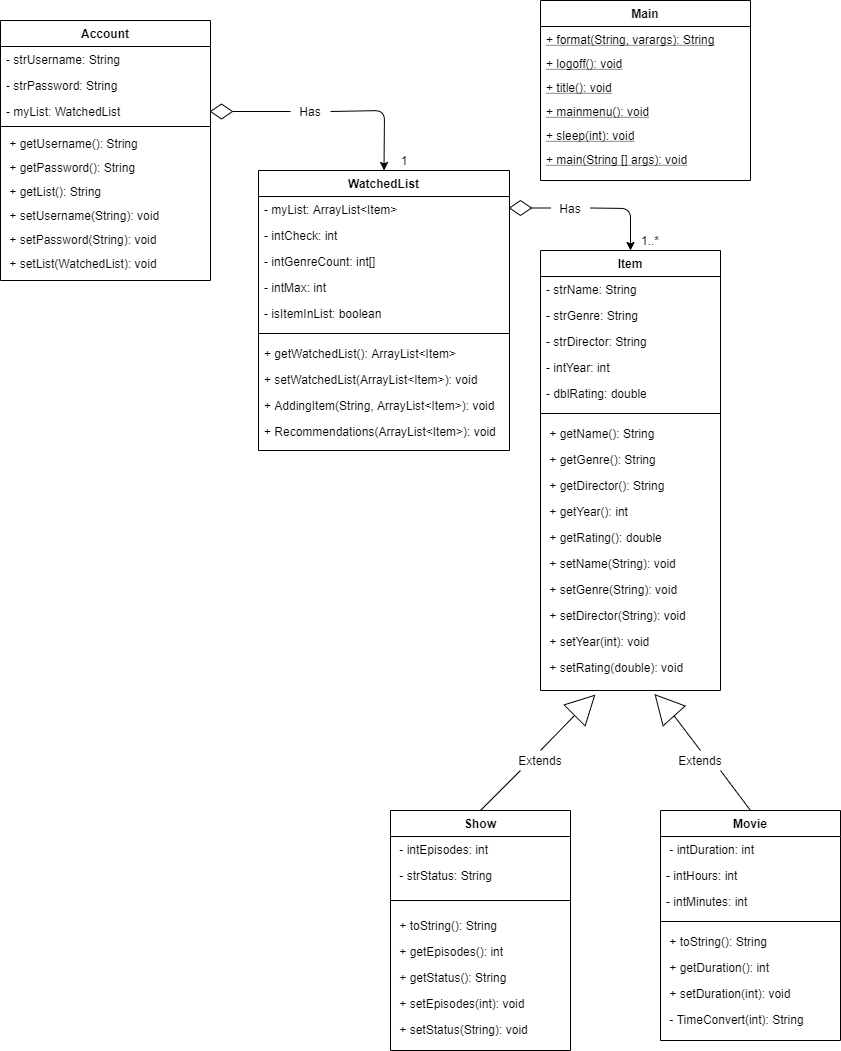
This is src/ClassDiagram.png from SACHSTech/ics4u-oop-assignment-EthanLai8, a draw.io export, as it was before one commit. Source tidied: cells renumbered, new cells last; positions are measured from the earlier drawing's top-left corner, leaving out a move shared by most shapes.
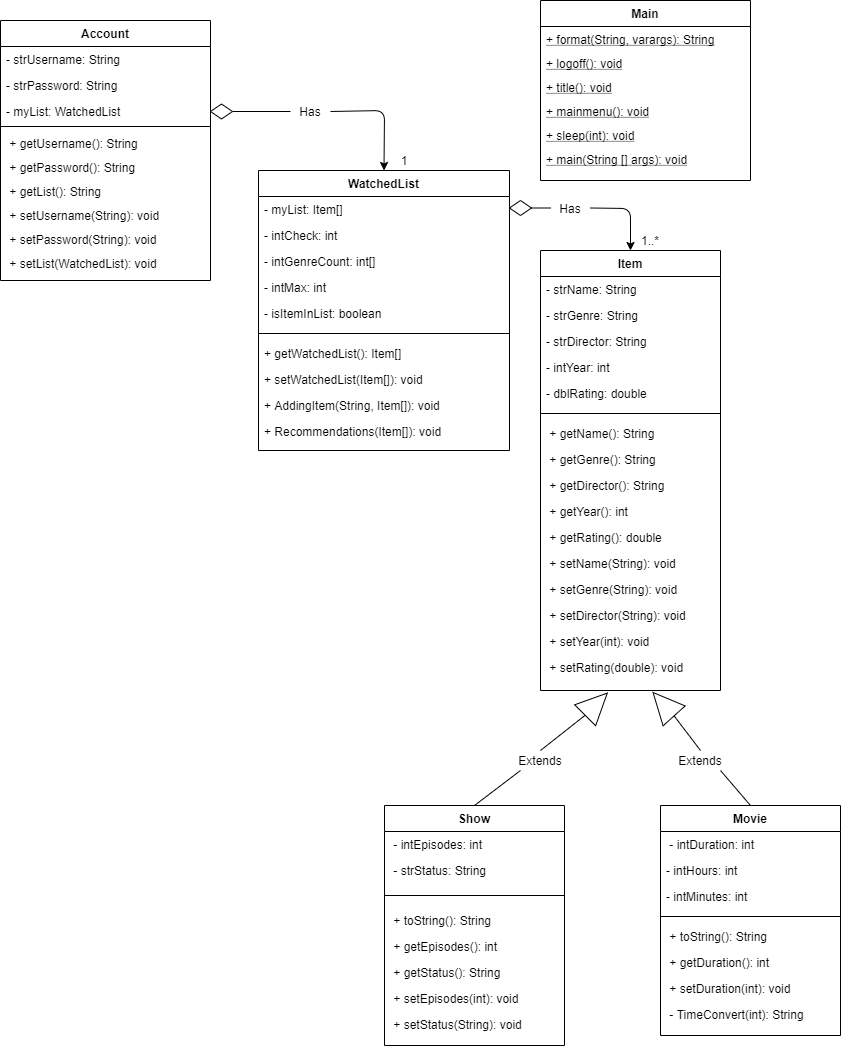
After the commit.

Commit message:
Fixed Class Diagram Once Again

Diff of the diagram source:
```diff
@@ -38,7 +38,7 @@
     <mxCell id="13" value="WatchedList" style="swimlane;fontStyle=1;align=center;verticalAlign=top;horizontal=1;startSize=26;rounded=0;shadow=0;strokeWidth=1;" parent="1" vertex="1">
       <mxGeometry x="258" y="170" width="251" height="280" as="geometry" />
     </mxCell>
-    <mxCell id="14" value="- myList: ArrayList&lt;Item&gt;" style="text;align=left;verticalAlign=top;spacingLeft=4;spacingRight=4;overflow=hidden;" parent="13" vertex="1">
+    <mxCell id="14" value="- myList: Item[]" style="text;align=left;verticalAlign=top;spacingLeft=4;spacingRight=4;overflow=hidden;" parent="13" vertex="1">
       <mxGeometry y="26" width="251" height="26" as="geometry" />
     </mxCell>
     <mxCell id="15" value="- intCheck: int" style="text;align=left;verticalAlign=top;spacingLeft=4;spacingRight=4;overflow=hidden;" parent="13" vertex="1">
@@ -56,16 +56,16 @@
     <mxCell id="19" style="line;html=1;strokeWidth=1;align=left;verticalAlign=middle;spacingTop=-1;spacingLeft=3;spacingRight=3;labelPosition=right;" parent="13" vertex="1">
       <mxGeometry y="156" width="251" height="14" as="geometry" />
     </mxCell>
-    <mxCell id="20" value="+ getWatchedList(): ArrayList&lt;Item&gt;" style="text;align=left;verticalAlign=top;spacingLeft=4;spacingRight=4;overflow=hidden;" parent="13" vertex="1">
+    <mxCell id="20" value="+ getWatchedList(): Item[]" style="text;align=left;verticalAlign=top;spacingLeft=4;spacingRight=4;overflow=hidden;" parent="13" vertex="1">
       <mxGeometry y="170" width="251" height="26" as="geometry" />
     </mxCell>
-    <mxCell id="21" value="+ setWatchedList(ArrayList&lt;Item&gt;): void" style="text;align=left;verticalAlign=top;spacingLeft=4;spacingRight=4;overflow=hidden;" parent="13" vertex="1">
+    <mxCell id="21" value="+ setWatchedList(Item[]): void" style="text;align=left;verticalAlign=top;spacingLeft=4;spacingRight=4;overflow=hidden;" parent="13" vertex="1">
       <mxGeometry y="196" width="251" height="26" as="geometry" />
     </mxCell>
-    <mxCell id="22" value="+ AddingItem(String, ArrayList&lt;Item&gt;): void" style="text;align=left;verticalAlign=top;spacingLeft=4;spacingRight=4;overflow=hidden;" parent="13" vertex="1">
+    <mxCell id="22" value="+ AddingItem(String, Item[]): void" style="text;align=left;verticalAlign=top;spacingLeft=4;spacingRight=4;overflow=hidden;" parent="13" vertex="1">
       <mxGeometry y="222" width="251" height="26" as="geometry" />
     </mxCell>
-    <mxCell id="23" value="+ Recommendations(ArrayList&lt;Item&gt;): void" style="text;align=left;verticalAlign=top;spacingLeft=4;spacingRight=4;overflow=hidden;" parent="13" vertex="1">
+    <mxCell id="23" value="+ Recommendations(Item[]): void" style="text;align=left;verticalAlign=top;spacingLeft=4;spacingRight=4;overflow=hidden;" parent="13" vertex="1">
       <mxGeometry y="248" width="251" height="26" as="geometry" />
     </mxCell>
     <mxCell id="24" value="1" style="text;html=1;strokeColor=none;fillColor=none;align=center;verticalAlign=middle;whiteSpace=wrap;rounded=0;" parent="1" vertex="1">
@@ -164,7 +164,7 @@
       <mxGeometry x="680" y="750" width="40" height="20" as="geometry" />
     </mxCell>
     <mxCell id="53" value="Movie" style="swimlane;fontStyle=1;align=center;verticalAlign=top;horizontal=1;startSize=26;rounded=0;shadow=0;strokeWidth=1;" parent="1" vertex="1">
-      <mxGeometry x="660" y="810" width="180" height="230" as="geometry" />
+      <mxGeometry x="660" y="805" width="180" height="230" as="geometry" />
     </mxCell>
     <mxCell id="54" value=" - intDuration: int" style="text;align=left;verticalAlign=top;spacingLeft=4;spacingRight=4;overflow=hidden;" parent="53" vertex="1">
       <mxGeometry y="26" width="180" height="26" as="geometry" />
@@ -191,7 +191,7 @@
       <mxGeometry y="196" width="180" height="26" as="geometry" />
     </mxCell>
     <mxCell id="62" value="Show" style="swimlane;fontStyle=1;align=center;verticalAlign=top;horizontal=1;startSize=26;rounded=0;shadow=0;strokeWidth=1;" parent="1" vertex="1">
-      <mxGeometry x="390" y="810" width="180" height="240" as="geometry" />
+      <mxGeometry x="384" y="805" width="180" height="240" as="geometry" />
     </mxCell>
     <mxCell id="63" value=" - intEpisodes: int" style="text;align=left;verticalAlign=top;spacingLeft=4;spacingRight=4;overflow=hidden;" parent="62" vertex="1">
       <mxGeometry y="26" width="180" height="26" as="geometry" />
@@ -244,17 +244,17 @@
     <mxCell id="79" value="+ main(String [] args): void" style="text;align=left;verticalAlign=top;spacingLeft=4;spacingRight=4;overflow=hidden;rounded=0;shadow=0;html=0;fontStyle=4;" parent="73" vertex="1">
       <mxGeometry y="146" width="210" height="24" as="geometry" />
     </mxCell>
-    <mxCell id="80" style="triangle;whiteSpace=wrap;html=1;rotation=-45;" parent="1" vertex="1">
-      <mxGeometry x="570" y="690" width="28.3" height="29.7" as="geometry" />
-    </mxCell>
-    <mxCell id="81" style="endArrow=none;html=1;exitX=0.5;exitY=0;exitDx=0;exitDy=0;entryX=0;entryY=0.5;entryDx=0;entryDy=0;" parent="1" edge="1" source="51" target="80">
+    <mxCell id="81" style="endArrow=none;html=1;exitX=0.5;exitY=0;exitDx=0;exitDy=0;entryX=0;entryY=0.5;entryDx=0;entryDy=0;" parent="1" edge="1" source="51" target="84">
       <mxGeometry relative="1" as="geometry" />
     </mxCell>
     <mxCell id="82" style="triangle;whiteSpace=wrap;html=1;rotation=-132;" parent="1" vertex="1">
-      <mxGeometry x="650" y="690" width="28.3" height="29.7" as="geometry" />
+      <mxGeometry x="647.4" y="688.8" width="31.4" height="29.7" as="geometry" />
     </mxCell>
     <mxCell id="83" style="endArrow=none;html=1;exitX=0.5;exitY=0;exitDx=0;exitDy=0;entryX=0;entryY=0.5;entryDx=0;entryDy=0;" parent="1" edge="1" source="52" target="82">
       <mxGeometry relative="1" as="geometry" />
     </mxCell>
+    <mxCell id="84" style="triangle;whiteSpace=wrap;html=1;rotation=-45;" parent="1" vertex="1">
+      <mxGeometry x="580" y="688.8" width="31.4" height="29.7" as="geometry" />
+    </mxCell>
   </root>
 </mxGraphModel>
```
